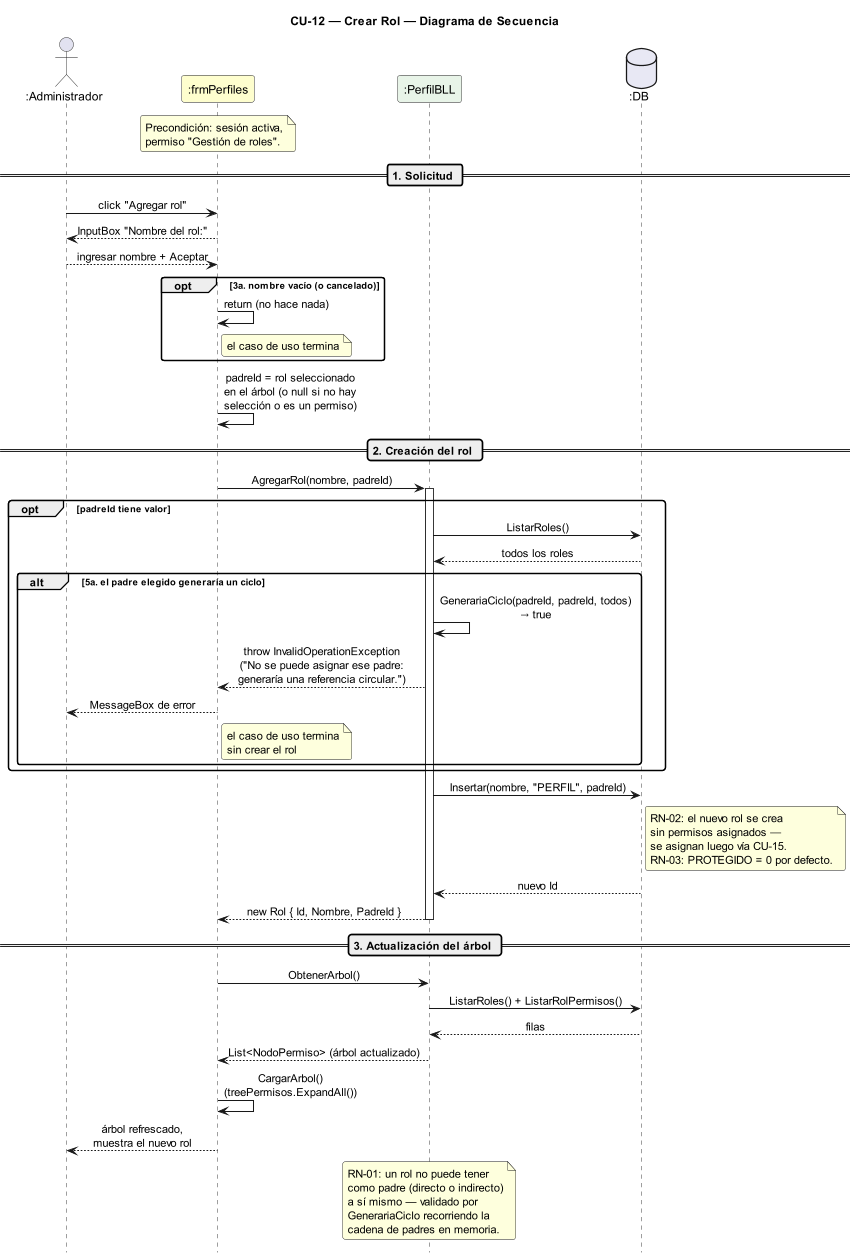
Before: DIAGRAMAS/DiagramaSecuencia_CU12_CrearRol.png, a diagram exported from PlantUML (Urrels/ingenieria_software). The source it was exported from:
```plantuml
@startuml DiagramaSecuencia_CU12_CrearRol

title CU-12 — Crear Rol — Diagrama de Secuencia

skinparam shadowing false
skinparam roundcorner 6
skinparam sequenceArrowThickness 1.2
skinparam ParticipantPadding 14
skinparam sequenceMessageAlign center
hide footbox
scale 0.85

actor       ":Administrador"  as A
participant ":frmPerfiles"    as FP #FEFECE
participant ":PerfilBLL"      as PB #E8F4E8
database    ":DB"             as DB #E8E8F4

note over FP
  Precondición: sesión activa,
  permiso "Gestión de roles".
end note

== 1. Solicitud ==

A -> FP : click "Agregar rol"
FP --> A : InputBox "Nombre del rol:"
A --> FP : ingresar nombre + Aceptar

opt 3a. nombre vacío (o cancelado)
  FP -> FP : return (no hace nada)
  note right of FP : el caso de uso termina
end

FP -> FP : padreId = rol seleccionado\nen el árbol (o null si no hay\nselección o es un permiso)

== 2. Creación del rol ==

FP -> PB : AgregarRol(nombre, padreId)
activate PB

opt padreId tiene valor
  PB -> DB : ListarRoles()
  DB --> PB : todos los roles

  alt 5a. el padre elegido generaría un ciclo
    PB -> PB : GenerariaCiclo(padreId, padreId, todos)\n→ true
    PB --> FP : throw InvalidOperationException\n("No se puede asignar ese padre:\ngeneraría una referencia circular.")
    FP --> A : MessageBox de error
    note right of FP : el caso de uso termina\nsin crear el rol
  end
end

PB -> DB : Insertar(nombre, "PERFIL", padreId)
note right of DB
  RN-02: el nuevo rol se crea
  sin permisos asignados —
  se asignan luego vía CU-15.
  RN-03: PROTEGIDO = 0 por defecto.
end note
DB --> PB : nuevo Id
PB --> FP : new Rol { Id, Nombre, PadreId }
deactivate PB

== 3. Actualización del árbol ==

FP -> PB : ObtenerArbol()
PB -> DB : ListarRoles() + ListarRolPermisos()
DB --> PB : filas
PB --> FP : List<NodoPermiso> (árbol actualizado)
FP -> FP : CargarArbol()\n(treePermisos.ExpandAll())
FP --> A : árbol refrescado,\nmuestra el nuevo rol

note over PB
  RN-01: un rol no puede tener
  como padre (directo o indirecto)
  a sí mismo — validado por
  GenerariaCiclo recorriendo la
  cadena de padres en memoria.
end note

@enduml
```
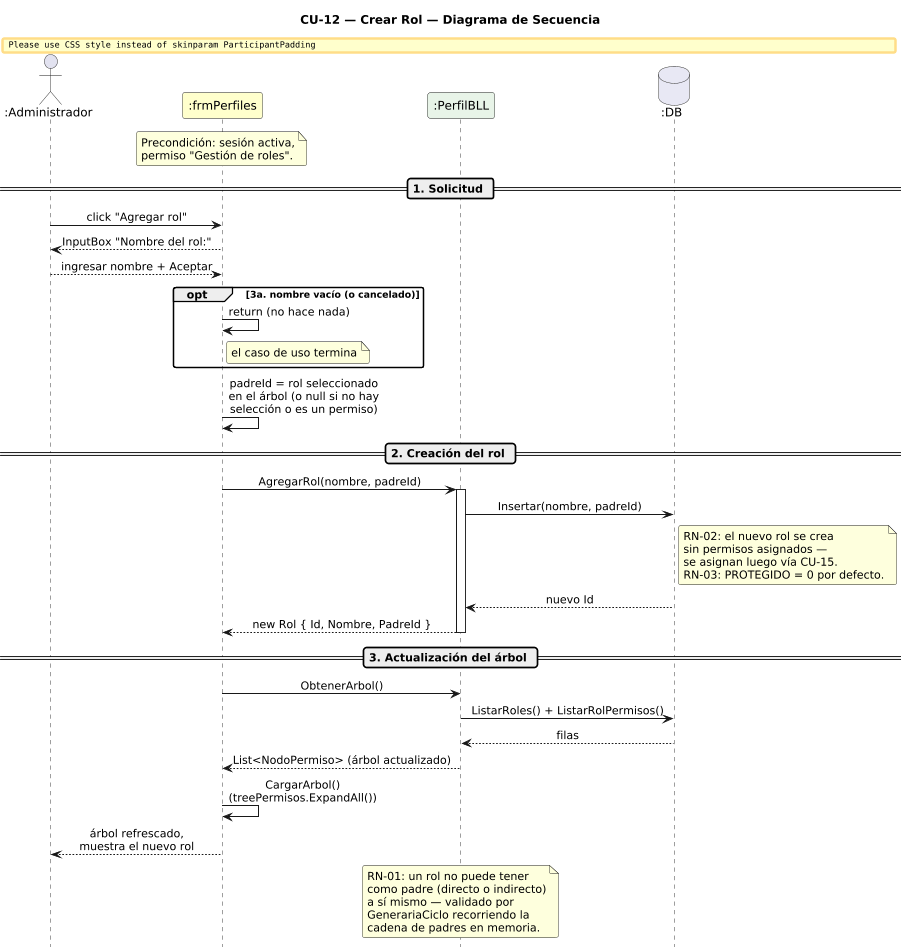
After the change.

Commit message:
docs: corrige diagramas CU12/CU15 (modelo ROL real, permisos heredados)

The edit, as a diff of the source:
```diff
@@ -38,19 +38,7 @@
 FP -> PB : AgregarRol(nombre, padreId)
 activate PB
 
-opt padreId tiene valor
-  PB -> DB : ListarRoles()
-  DB --> PB : todos los roles
-
-  alt 5a. el padre elegido generaría un ciclo
-    PB -> PB : GenerariaCiclo(padreId, padreId, todos)\n→ true
-    PB --> FP : throw InvalidOperationException\n("No se puede asignar ese padre:\ngeneraría una referencia circular.")
-    FP --> A : MessageBox de error
-    note right of FP : el caso de uso termina\nsin crear el rol
-  end
-end
-
-PB -> DB : Insertar(nombre, "PERFIL", padreId)
+PB -> DB : Insertar(nombre, padreId)
 note right of DB
   RN-02: el nuevo rol se crea
   sin permisos asignados —
```
